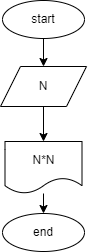
This is Seminar/Seminar_01/Ex001/diagram.drawio.png from Anna27D/WorkWork, a draw.io export, as it was before one commit. Source tidied: cells renumbered, new cells last; positions are measured from the earlier drawing's top-left corner, leaving out a move shared by most shapes. Its diagram source:
```xml
<mxGraphModel>
  <root>
    <mxCell id="0" />
    <mxCell id="1" parent="0" />
    <mxCell id="2" value="start" style="ellipse;whiteSpace=wrap;html=1;" parent="1" vertex="1">
      <mxGeometry x="2" width="82" height="38" as="geometry" />
    </mxCell>
    <mxCell id="3" style="edgeStyle=none;html=1;" parent="1" edge="1" source="4" target="6">
      <mxGeometry relative="1" as="geometry" />
    </mxCell>
    <mxCell id="4" value="N" style="shape=parallelogram;perimeter=parallelogramPerimeter;whiteSpace=wrap;html=1;fixedSize=1;" parent="1" vertex="1">
      <mxGeometry y="66" width="86" height="40" as="geometry" />
    </mxCell>
    <mxCell id="5" style="edgeStyle=none;html=1;" parent="1" edge="1" source="6" target="8">
      <mxGeometry relative="1" as="geometry" />
    </mxCell>
    <mxCell id="6" value="N*N" style="shape=document;whiteSpace=wrap;html=1;boundedLbl=1;" parent="1" vertex="1">
      <mxGeometry x="4.5" y="141" width="77" height="52" as="geometry" />
    </mxCell>
    <mxCell id="7" style="endArrow=classic;html=1;entryX=0.5;entryY=0;entryDx=0;entryDy=0;exitX=0.5;exitY=1;exitDx=0;exitDy=0;" parent="1" edge="1" source="2" target="4">
      <mxGeometry relative="1" as="geometry" />
    </mxCell>
    <mxCell id="8" value="end" style="ellipse;whiteSpace=wrap;html=1;" parent="1" vertex="1">
      <mxGeometry x="2" y="213" width="82" height="38" as="geometry" />
    </mxCell>
  </root>
</mxGraphModel>
```
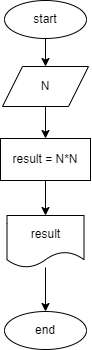
Later version of the same file.

Commit message:
Задача 1 решена

Change to the diagram source:
```diff
@@ -5,23 +5,29 @@
     <mxCell id="2" value="start" style="ellipse;whiteSpace=wrap;html=1;" parent="1" vertex="1">
       <mxGeometry x="2" width="82" height="38" as="geometry" />
     </mxCell>
-    <mxCell id="3" style="edgeStyle=none;html=1;" parent="1" edge="1" source="4" target="6">
-      <mxGeometry relative="1" as="geometry" />
-    </mxCell>
     <mxCell id="4" value="N" style="shape=parallelogram;perimeter=parallelogramPerimeter;whiteSpace=wrap;html=1;fixedSize=1;" parent="1" vertex="1">
       <mxGeometry y="66" width="86" height="40" as="geometry" />
     </mxCell>
     <mxCell id="5" style="edgeStyle=none;html=1;" parent="1" edge="1" source="6" target="8">
       <mxGeometry relative="1" as="geometry" />
     </mxCell>
-    <mxCell id="6" value="N*N" style="shape=document;whiteSpace=wrap;html=1;boundedLbl=1;" parent="1" vertex="1">
-      <mxGeometry x="4.5" y="141" width="77" height="52" as="geometry" />
+    <mxCell id="6" value="result" style="shape=document;whiteSpace=wrap;html=1;boundedLbl=1;" parent="1" vertex="1">
+      <mxGeometry x="4.5" y="215" width="77" height="52" as="geometry" />
     </mxCell>
     <mxCell id="7" style="endArrow=classic;html=1;entryX=0.5;entryY=0;entryDx=0;entryDy=0;exitX=0.5;exitY=1;exitDx=0;exitDy=0;" parent="1" edge="1" source="2" target="4">
       <mxGeometry relative="1" as="geometry" />
     </mxCell>
     <mxCell id="8" value="end" style="ellipse;whiteSpace=wrap;html=1;" parent="1" vertex="1">
-      <mxGeometry x="2" y="213" width="82" height="38" as="geometry" />
+      <mxGeometry x="2" y="311" width="82" height="38" as="geometry" />
     </mxCell>
+    <mxCell id="9" style="edgeStyle=none;html=1;" parent="1" edge="1" source="10" target="6">
+      <mxGeometry relative="1" as="geometry" />
+    </mxCell>
+    <mxCell id="10" value="result = N*N" style="rounded=0;whiteSpace=wrap;html=1;" parent="1" vertex="1">
+      <mxGeometry x="-2" y="138" width="90" height="42" as="geometry" />
+    </mxCell>
+    <mxCell id="11" style="endArrow=classic;html=1;entryX=0.5;entryY=0;entryDx=0;entryDy=0;exitX=0.5;exitY=1;exitDx=0;exitDy=0;" parent="1" edge="1" source="4" target="10">
+      <mxGeometry relative="1" as="geometry" />
+    </mxCell>
   </root>
 </mxGraphModel>
```
